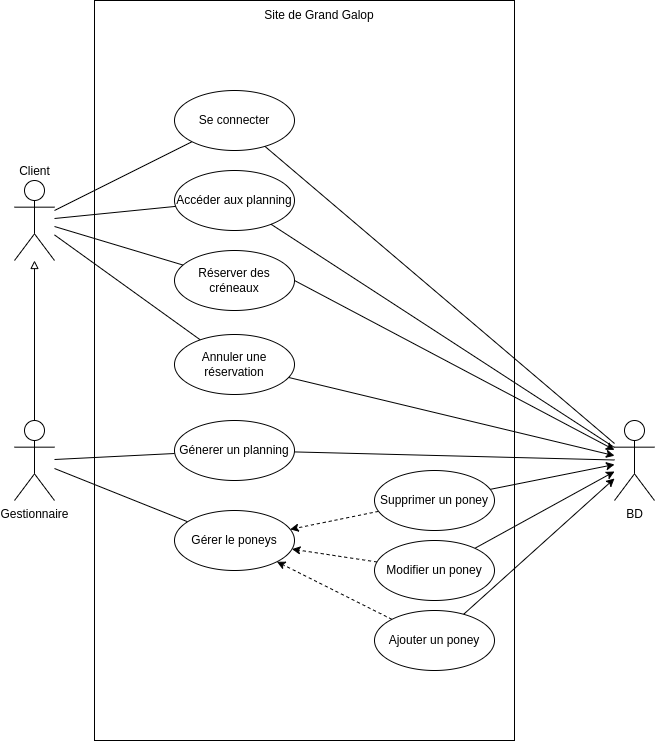
The draw.io diagram Cas_d_utilisation_SAE_poney.png in Emir-de-la-moquette/SAE_Poney, before a commit. Source tidied: cells renumbered, new cells last; positions are measured from the earlier drawing's top-left corner, leaving out a move shared by most shapes.
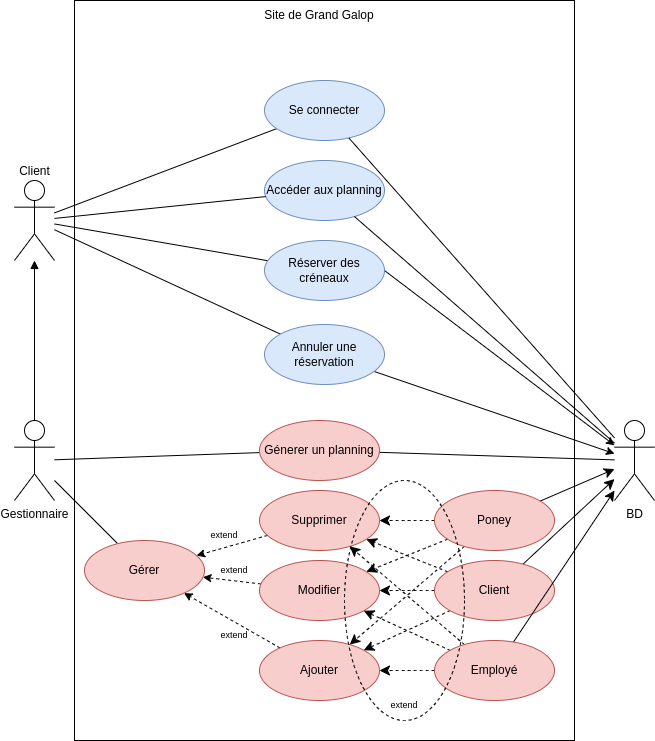
The same diagram one commit later.

Commit message:
Import des UML cas d'utilisations révisé et Activité

What changed in the source:
```diff
@@ -3,7 +3,7 @@
     <mxCell id="0" />
     <mxCell id="1" parent="0" />
     <mxCell id="2" style="rounded=0;whiteSpace=wrap;html=1;" parent="1" vertex="1">
-      <mxGeometry x="80" width="420" height="740" as="geometry" />
+      <mxGeometry x="60" width="500" height="740" as="geometry" />
     </mxCell>
     <mxCell id="3" value="Site de Grand Galop" style="text;html=1;align=center;verticalAlign=middle;whiteSpace=wrap;rounded=0;" parent="1" vertex="1">
       <mxGeometry x="245" width="120" height="30" as="geometry" />
@@ -35,22 +35,13 @@
     <mxCell id="12" style="endArrow=classic;html=1;rounded=0;" parent="1" edge="1" source="22" target="5">
       <mxGeometry relative="1" as="geometry" />
     </mxCell>
-    <mxCell id="13" style="endArrow=classic;html=1;rounded=0;" parent="1" edge="1" source="27" target="5">
-      <mxGeometry relative="1" as="geometry" />
-    </mxCell>
     <mxCell id="14" style="endArrow=classic;html=1;rounded=0;exitX=1;exitY=0.5;exitDx=0;exitDy=0;" parent="1" edge="1" source="23" target="5">
       <mxGeometry relative="1" as="geometry" />
     </mxCell>
-    <mxCell id="15" style="endArrow=classic;html=1;rounded=0;" parent="1" edge="1" source="28" target="5">
-      <mxGeometry relative="1" as="geometry" />
-    </mxCell>
-    <mxCell id="16" style="endArrow=classic;html=1;rounded=0;" parent="1" edge="1" source="29" target="5">
-      <mxGeometry relative="1" as="geometry" />
-    </mxCell>
     <mxCell id="17" value="Gestionnaire" style="shape=umlActor;verticalLabelPosition=bottom;verticalAlign=top;html=1;outlineConnect=0;" parent="1" vertex="1">
       <mxGeometry y="420" width="40" height="80" as="geometry" />
     </mxCell>
-    <mxCell id="18" style="endArrow=block;html=1;rounded=0;exitX=0.5;exitY=0;exitDx=0;exitDy=0;exitPerimeter=0;endFill=0;" parent="1" edge="1" source="17" target="4">
+    <mxCell id="18" style="endArrow=block;html=1;rounded=0;exitX=0.5;exitY=0;exitDx=0;exitDy=0;exitPerimeter=0;endFill=1;" parent="1" edge="1" source="17" target="4">
       <mxGeometry relative="1" as="geometry" />
     </mxCell>
     <mxCell id="19" style="endArrow=none;html=1;rounded=0;" parent="1" edge="1" source="17" target="25">
@@ -62,35 +53,35 @@
     <mxCell id="21" style="endArrow=none;html=1;rounded=0;" parent="1" edge="1" source="25" target="5">
       <mxGeometry relative="1" as="geometry" />
     </mxCell>
-    <mxCell id="22" value="Annuler une réservation" style="ellipse;whiteSpace=wrap;html=1;" parent="1" vertex="1">
-      <mxGeometry x="160" y="334" width="120" height="60" as="geometry" />
+    <mxCell id="22" value="Annuler une réservation" style="ellipse;whiteSpace=wrap;html=1;fillColor=#dae8fc;strokeColor=#6c8ebf;" parent="1" vertex="1">
+      <mxGeometry x="250" y="324" width="120" height="60" as="geometry" />
     </mxCell>
-    <mxCell id="23" value="Réserver des créneaux" style="ellipse;whiteSpace=wrap;html=1;" parent="1" vertex="1">
-      <mxGeometry x="160" y="250" width="120" height="60" as="geometry" />
+    <mxCell id="23" value="Réserver des créneaux" style="ellipse;whiteSpace=wrap;html=1;fillColor=#dae8fc;strokeColor=#6c8ebf;" parent="1" vertex="1">
+      <mxGeometry x="250" y="240" width="120" height="60" as="geometry" />
     </mxCell>
-    <mxCell id="24" value="Se connecter" style="ellipse;whiteSpace=wrap;html=1;" parent="1" vertex="1">
-      <mxGeometry x="160" y="90" width="120" height="60" as="geometry" />
+    <mxCell id="24" value="Se connecter" style="ellipse;whiteSpace=wrap;html=1;fillColor=#dae8fc;strokeColor=#6c8ebf;" parent="1" vertex="1">
+      <mxGeometry x="250" y="80" width="120" height="60" as="geometry" />
     </mxCell>
-    <mxCell id="25" value="Génerer un planning" style="ellipse;whiteSpace=wrap;html=1;" parent="1" vertex="1">
-      <mxGeometry x="160" y="420" width="120" height="60" as="geometry" />
+    <mxCell id="25" value="Génerer un planning" style="ellipse;whiteSpace=wrap;html=1;fillColor=#f8cecc;strokeColor=#b85450;" parent="1" vertex="1">
+      <mxGeometry x="245" y="420" width="120" height="60" as="geometry" />
     </mxCell>
-    <mxCell id="26" value="Gérer le poneys" style="ellipse;whiteSpace=wrap;html=1;" parent="1" vertex="1">
-      <mxGeometry x="160" y="510" width="120" height="60" as="geometry" />
+    <mxCell id="26" value="Gérer" style="ellipse;whiteSpace=wrap;html=1;fillColor=#f8cecc;strokeColor=#b85450;" parent="1" vertex="1">
+      <mxGeometry x="70" y="540" width="120" height="60" as="geometry" />
     </mxCell>
-    <mxCell id="27" value="Ajouter un poney" style="ellipse;whiteSpace=wrap;html=1;" parent="1" vertex="1">
-      <mxGeometry x="360" y="610" width="120" height="60" as="geometry" />
+    <mxCell id="27" value="Ajouter" style="ellipse;whiteSpace=wrap;html=1;fillColor=#f8cecc;strokeColor=#b85450;" parent="1" vertex="1">
+      <mxGeometry x="245" y="640" width="120" height="60" as="geometry" />
     </mxCell>
-    <mxCell id="28" value="Modifier un poney" style="ellipse;whiteSpace=wrap;html=1;" parent="1" vertex="1">
-      <mxGeometry x="360" y="540" width="120" height="60" as="geometry" />
+    <mxCell id="28" value="Modifier" style="ellipse;whiteSpace=wrap;html=1;fillColor=#f8cecc;strokeColor=#b85450;" parent="1" vertex="1">
+      <mxGeometry x="245" y="560" width="120" height="60" as="geometry" />
     </mxCell>
-    <mxCell id="29" value="Supprimer un poney" style="ellipse;whiteSpace=wrap;html=1;" parent="1" vertex="1">
-      <mxGeometry x="360" y="470" width="120" height="60" as="geometry" />
+    <mxCell id="29" value="Supprimer" style="ellipse;whiteSpace=wrap;html=1;fillColor=#f8cecc;strokeColor=#b85450;" parent="1" vertex="1">
+      <mxGeometry x="245" y="490" width="120" height="60" as="geometry" />
     </mxCell>
     <mxCell id="30" style="endArrow=none;html=1;rounded=0;" parent="1" edge="1" source="24" target="5">
       <mxGeometry relative="1" as="geometry" />
     </mxCell>
-    <mxCell id="31" value="Accéder aux planning" style="ellipse;whiteSpace=wrap;html=1;" parent="1" vertex="1">
-      <mxGeometry x="160" y="170" width="120" height="60" as="geometry" />
+    <mxCell id="31" value="Accéder aux planning" style="ellipse;whiteSpace=wrap;html=1;fillColor=#dae8fc;strokeColor=#6c8ebf;" parent="1" vertex="1">
+      <mxGeometry x="250" y="160" width="120" height="60" as="geometry" />
     </mxCell>
     <mxCell id="32" style="endArrow=none;html=1;rounded=0;" parent="1" edge="1" source="4" target="31">
       <mxGeometry relative="1" as="geometry" />
@@ -98,5 +89,65 @@
     <mxCell id="33" style="endArrow=none;html=1;rounded=0;" parent="1" edge="1" source="31" target="5">
       <mxGeometry relative="1" as="geometry" />
     </mxCell>
+    <mxCell id="34" style="edgeStyle=none;curved=1;rounded=0;jettySize=auto;html=1;fontSize=12;startSize=8;endSize=8;dashed=1;" parent="1" edge="1" source="38" target="29">
+      <mxGeometry relative="1" as="geometry" />
+    </mxCell>
+    <mxCell id="35" style="edgeStyle=none;curved=1;rounded=0;jettySize=auto;html=1;fontSize=12;startSize=8;endSize=8;dashed=1;" parent="1" edge="1" source="38" target="28">
+      <mxGeometry relative="1" as="geometry" />
+    </mxCell>
+    <mxCell id="36" style="edgeStyle=none;curved=1;rounded=0;jettySize=auto;html=1;fontSize=12;startSize=8;endSize=8;dashed=1;" parent="1" edge="1" source="38" target="27">
+      <mxGeometry relative="1" as="geometry" />
+    </mxCell>
+    <mxCell id="37" style="edgeStyle=none;curved=1;rounded=0;jettySize=auto;html=1;fontSize=12;startSize=8;endSize=8;" parent="1" edge="1" source="38" target="5">
+      <mxGeometry relative="1" as="geometry" />
+    </mxCell>
+    <mxCell id="38" value="Poney" style="ellipse;whiteSpace=wrap;html=1;fillColor=#f8cecc;strokeColor=#b85450;" parent="1" vertex="1">
+      <mxGeometry x="420" y="490" width="120" height="60" as="geometry" />
+    </mxCell>
+    <mxCell id="39" style="edgeStyle=none;curved=1;rounded=0;jettySize=auto;html=1;fontSize=12;startSize=8;endSize=8;dashed=1;" parent="1" edge="1" source="43" target="29">
+      <mxGeometry relative="1" as="geometry" />
+    </mxCell>
+    <mxCell id="40" style="edgeStyle=none;curved=1;rounded=0;jettySize=auto;html=1;fontSize=12;startSize=8;endSize=8;dashed=1;" parent="1" edge="1" source="43" target="28">
+      <mxGeometry relative="1" as="geometry" />
+    </mxCell>
+    <mxCell id="41" style="edgeStyle=none;curved=1;rounded=0;jettySize=auto;html=1;fontSize=12;startSize=8;endSize=8;dashed=1;" parent="1" edge="1" source="43" target="27">
+      <mxGeometry relative="1" as="geometry" />
+    </mxCell>
+    <mxCell id="42" style="edgeStyle=none;curved=1;rounded=0;jettySize=auto;html=1;fontSize=12;startSize=8;endSize=8;" parent="1" edge="1" source="43" target="5">
+      <mxGeometry relative="1" as="geometry" />
+    </mxCell>
+    <mxCell id="43" value="Client" style="ellipse;whiteSpace=wrap;html=1;fillColor=#f8cecc;strokeColor=#b85450;" parent="1" vertex="1">
+      <mxGeometry x="420" y="560" width="120" height="60" as="geometry" />
+    </mxCell>
+    <mxCell id="44" style="edgeStyle=none;curved=1;rounded=0;jettySize=auto;html=1;fontSize=12;startSize=8;endSize=8;dashed=1;" parent="1" edge="1" source="48" target="29">
+      <mxGeometry relative="1" as="geometry" />
+    </mxCell>
+    <mxCell id="45" style="edgeStyle=none;curved=1;rounded=0;jettySize=auto;html=1;fontSize=12;startSize=8;endSize=8;dashed=1;" parent="1" edge="1" source="48" target="28">
+      <mxGeometry relative="1" as="geometry" />
+    </mxCell>
+    <mxCell id="46" style="edgeStyle=none;curved=1;rounded=0;jettySize=auto;html=1;fontSize=12;startSize=8;endSize=8;dashed=1;" parent="1" edge="1" source="48" target="27">
+      <mxGeometry relative="1" as="geometry" />
+    </mxCell>
+    <mxCell id="47" style="edgeStyle=none;curved=1;rounded=0;jettySize=auto;html=1;fontSize=12;startSize=8;endSize=8;" parent="1" edge="1" source="48" target="5">
+      <mxGeometry relative="1" as="geometry" />
+    </mxCell>
+    <mxCell id="48" value="Employé" style="ellipse;whiteSpace=wrap;html=1;fillColor=#f8cecc;strokeColor=#b85450;" parent="1" vertex="1">
+      <mxGeometry x="420" y="640" width="120" height="60" as="geometry" />
+    </mxCell>
+    <mxCell id="49" value="extend" style="text;html=1;align=center;verticalAlign=middle;whiteSpace=wrap;rounded=0;fontSize=9;" parent="1" vertex="1">
+      <mxGeometry x="190" y="530" width="40" height="10" as="geometry" />
+    </mxCell>
+    <mxCell id="50" value="extend" style="text;html=1;align=center;verticalAlign=middle;whiteSpace=wrap;rounded=0;fontSize=9;" parent="1" vertex="1">
+      <mxGeometry x="200" y="565" width="40" height="10" as="geometry" />
+    </mxCell>
+    <mxCell id="51" value="extend" style="text;html=1;align=center;verticalAlign=middle;whiteSpace=wrap;rounded=0;fontSize=9;" parent="1" vertex="1">
+      <mxGeometry x="200" y="630" width="40" height="10" as="geometry" />
+    </mxCell>
+    <mxCell id="52" style="ellipse;whiteSpace=wrap;html=1;fillColor=none;dashed=1;" parent="1" vertex="1">
+      <mxGeometry x="330" y="480" width="120" height="240" as="geometry" />
+    </mxCell>
+    <mxCell id="53" value="extend" style="text;html=1;align=center;verticalAlign=middle;whiteSpace=wrap;rounded=0;fontSize=9;" parent="1" vertex="1">
+      <mxGeometry x="370" y="700" width="40" height="10" as="geometry" />
+    </mxCell>
   </root>
 </mxGraphModel>
```
